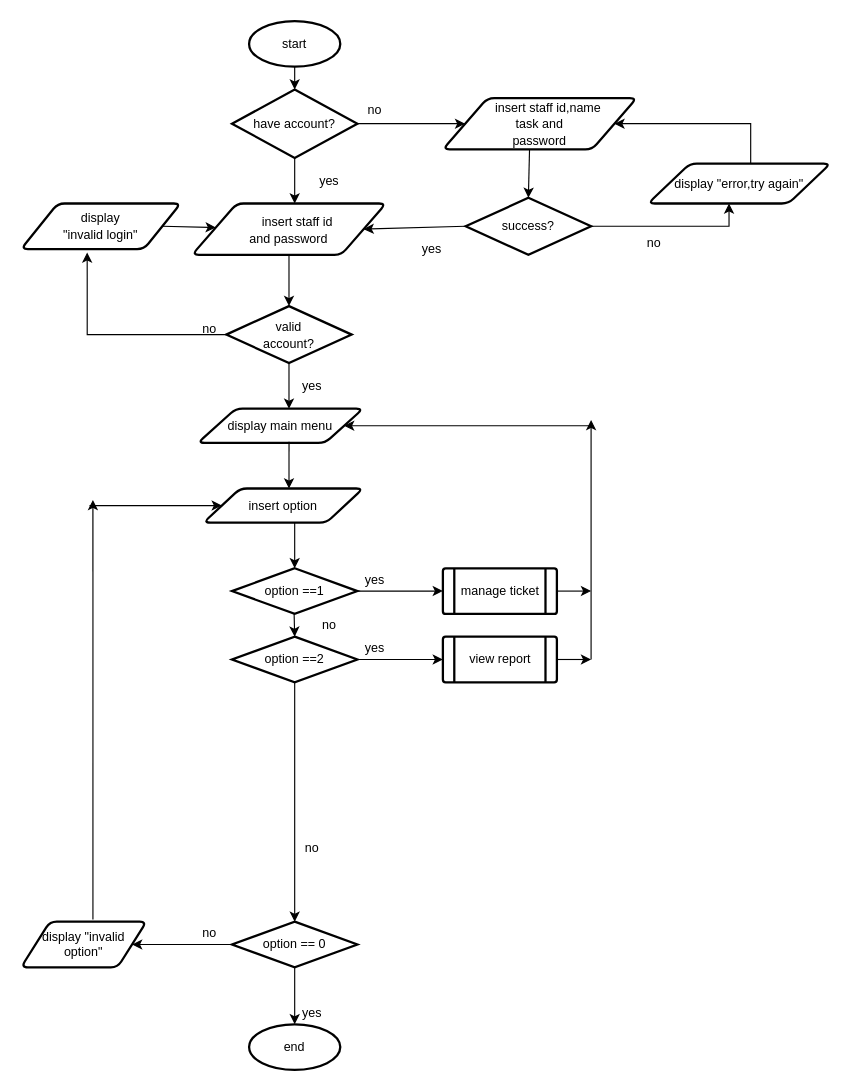
abby18abby/week-2-class-diagram keeps this draw.io diagram as page "Page-4" (5 of 8) of Exercise1ClassDiagram.drawio. Above is the earlier version. Source tidied: cells renumbered, new cells numbered last; positions are measured from the earlier drawing's top-left corner, leaving out a move shared by most shapes. Both pictures are drawn from the tidied source at 114%, with x=0, y=0 at pixel (21, 21).
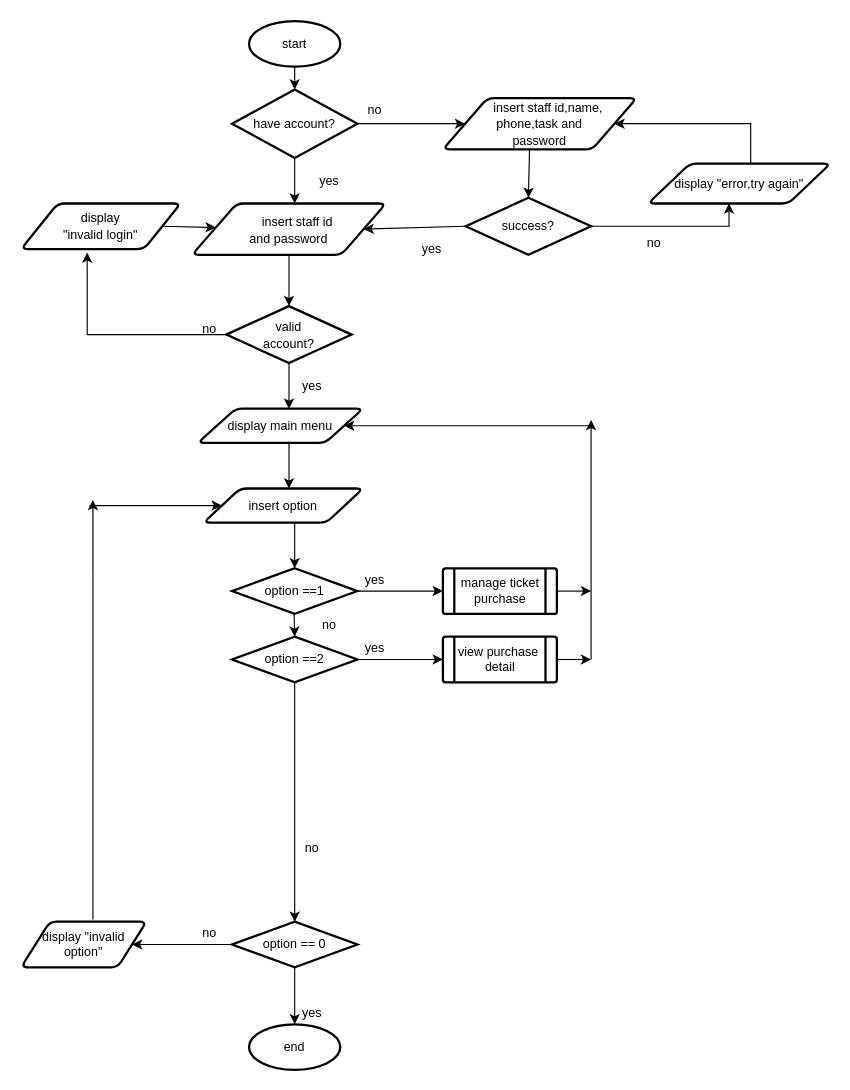
The same diagram, later.

What changed in the source:
```diff
@@
-    <mxCell id="4" value="&lt;font style=&quot;font-size: 11px&quot;&gt;&amp;nbsp; &amp;nbsp; &amp;nbsp;insert staff id,name&lt;br&gt;task and&lt;br&gt;password&lt;/font&gt;" style="shape=parallelogram;html=1;strokeWidth=2;perimeter=parallelogramPerimeter;whiteSpace=wrap;rounded=1;arcSize=12;size=0.23;" parent="1" vertex="1">
+    <mxCell id="4" value="&lt;font style=&quot;font-size: 11px&quot;&gt;&amp;nbsp; &amp;nbsp; &amp;nbsp;insert staff id,name,&lt;br&gt;phone,task and&lt;br&gt;password&lt;/font&gt;" style="shape=parallelogram;html=1;strokeWidth=2;perimeter=parallelogramPerimeter;whiteSpace=wrap;rounded=1;arcSize=12;size=0.23;" parent="1" vertex="1">
       <mxGeometry x="370" y="67.5" width="170" height="45" as="geometry" />
     </mxCell>
@@
-    <mxCell id="16" value="manage ticket" style="text;html=1;align=center;verticalAlign=middle;strokeColor=none;fillColor=none;fontSize=11;" parent="1" vertex="1">
-      <mxGeometry x="380" y="490" width="80" height="20" as="geometry" />
+    <mxCell id="16" value="manage ticket&lt;br&gt;purchase" style="text;html=1;align=center;verticalAlign=middle;strokeColor=none;fillColor=none;fontSize=11;" parent="1" vertex="1">
+      <mxGeometry x="380" y="485" width="80" height="30" as="geometry" />
     </mxCell>
@@
-    <mxCell id="18" value="view report" style="text;html=1;align=center;verticalAlign=middle;strokeColor=none;fillColor=none;fontSize=11;" parent="1" vertex="1">
-      <mxGeometry x="385" y="550" width="70" height="20" as="geometry" />
+    <mxCell id="18" value="view purchase&amp;nbsp;&lt;br&gt;detail" style="text;html=1;align=center;verticalAlign=middle;strokeColor=none;fillColor=none;fontSize=11;" parent="1" vertex="1">
+      <mxGeometry x="375" y="545" width="90" height="30" as="geometry" />
     </mxCell>
```
